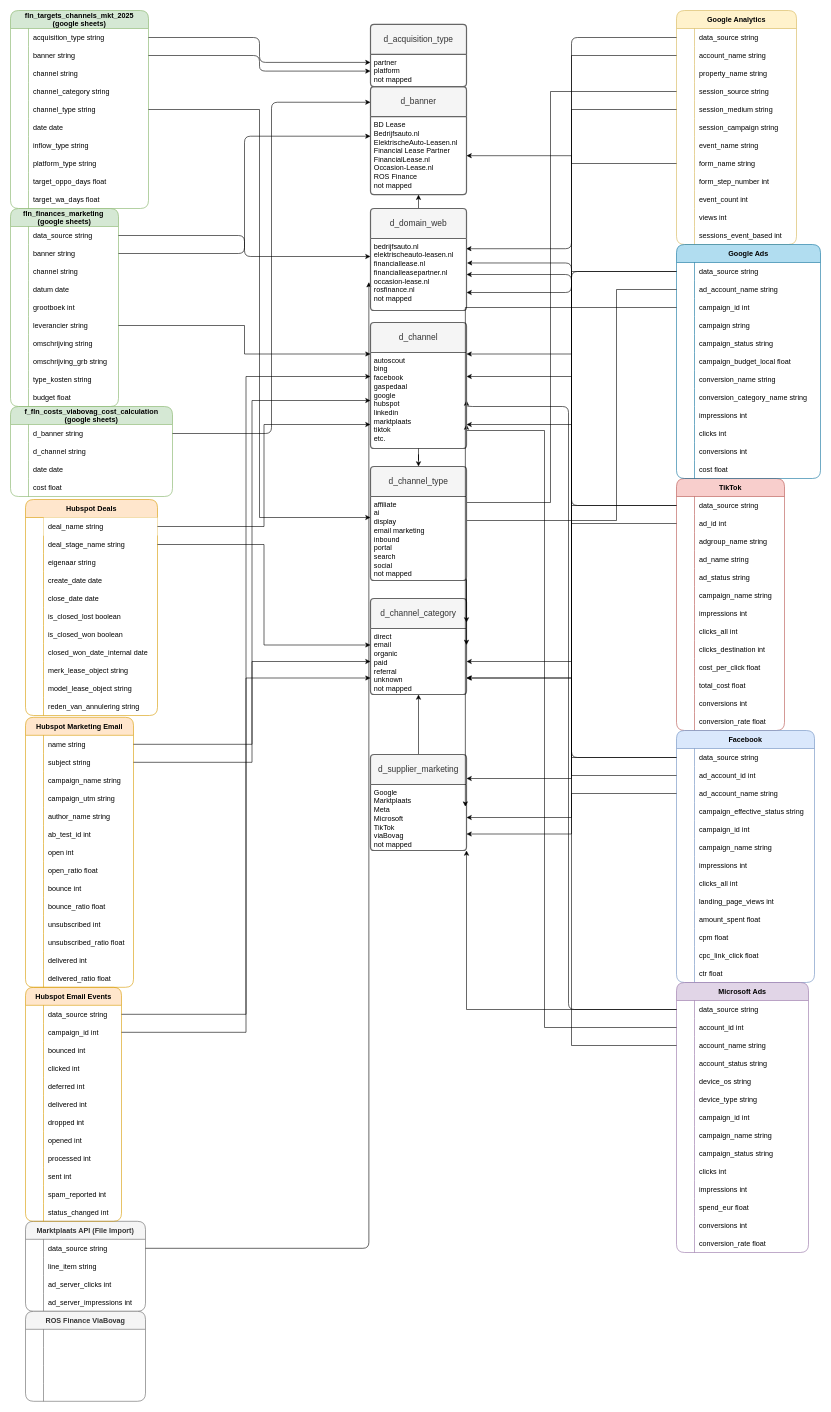
Earlier version of the draw.io diagram funnel_mapping.drawio (YveTDS/Draw_io). Source tidied: cells renumbered, new cells numbered last; positions are measured from the earlier drawing's top-left corner, leaving out a move shared by most shapes. Both pictures are drawn from the tidied source at 60%, with x=0, y=0 at pixel (10, 10).
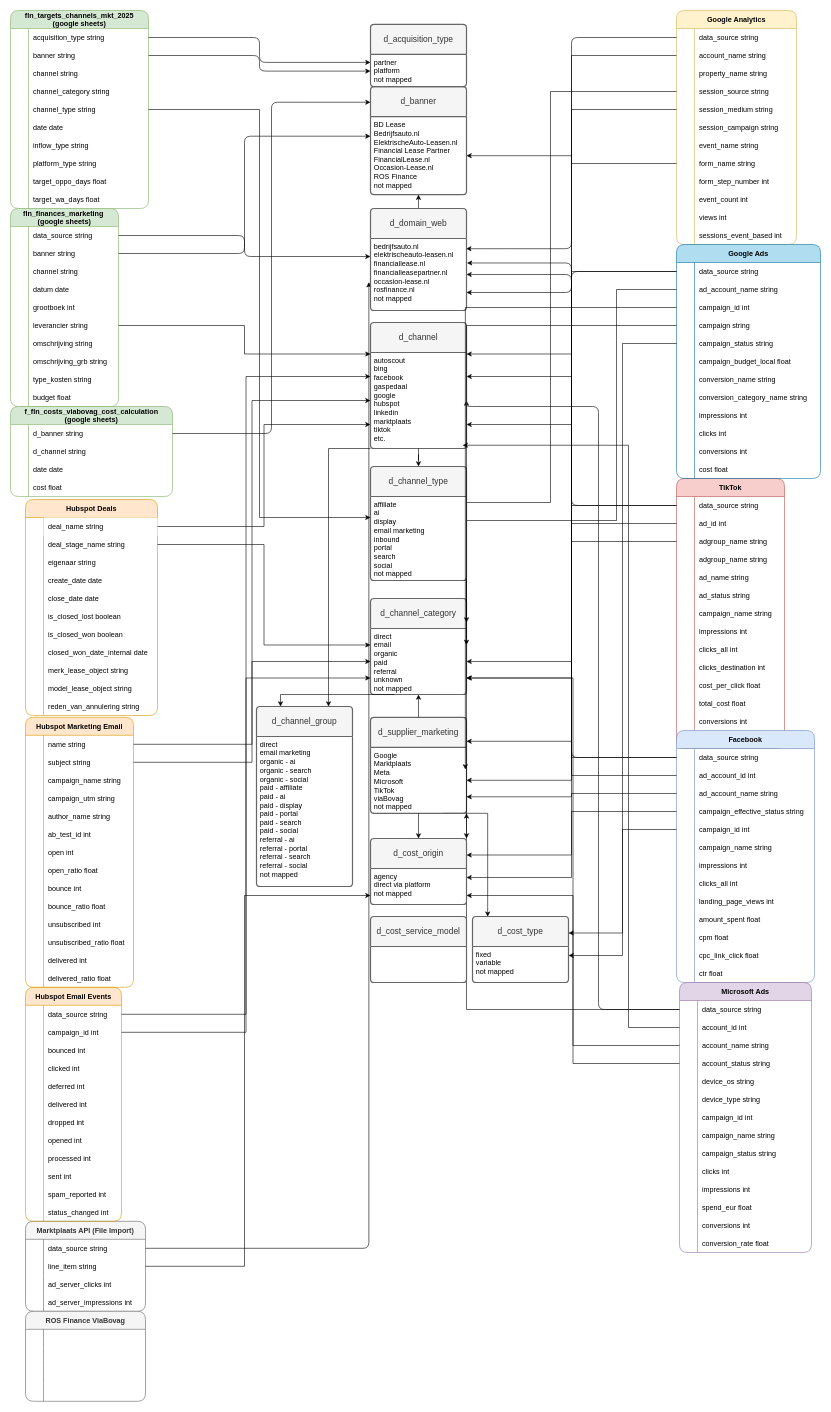
Above is the later version.

The change refers to these unchanged cells:
```xml
<mxCell id="173" style="shape=tableRow;horizontal=0;startSize=0;swimlaneHead=0;swimlaneBody=0;fillColor=none;points=[[0,0.5],[1,0.5]];portConstraint=eastwest;strokeColor=inherit;top=0;left=0;right=0;bottom=0;rounded=1;" parent="163" vertex="1">
  <mxGeometry y="120" width="230" height="30" as="geometry" />
</mxCell>
<mxCell id="176" style="shape=tableRow;horizontal=0;startSize=0;swimlaneHead=0;swimlaneBody=0;fillColor=none;points=[[0,0.5],[1,0.5]];portConstraint=eastwest;strokeColor=inherit;top=0;left=0;right=0;bottom=0;rounded=1;" parent="163" vertex="1">
  <mxGeometry y="150" width="230" height="30" as="geometry" />
</mxCell>
<mxCell id="214" style="shape=tableRow;horizontal=0;startSize=0;swimlaneHead=0;swimlaneBody=0;fillColor=none;points=[[0,0.5],[1,0.5]];portConstraint=eastwest;strokeColor=inherit;top=0;left=0;right=0;bottom=0;rounded=1;" parent="204" vertex="1">
  <mxGeometry y="120" width="240" height="30" as="geometry" />
</mxCell>
<mxCell id="217" style="shape=tableRow;horizontal=0;startSize=0;swimlaneHead=0;swimlaneBody=0;fillColor=none;points=[[0,0.5],[1,0.5]];portConstraint=eastwest;strokeColor=inherit;top=0;left=0;right=0;bottom=0;rounded=1;" parent="204" vertex="1">
  <mxGeometry y="150" width="240" height="30" as="geometry" />
</mxCell>
<mxCell id="243" style="shape=tableRow;horizontal=0;startSize=0;swimlaneHead=0;swimlaneBody=0;fillColor=none;points=[[0,0.5],[1,0.5]];portConstraint=eastwest;strokeColor=inherit;top=0;left=0;right=0;bottom=0;rounded=1;" parent="242" vertex="1">
  <mxGeometry y="30" width="220" height="30" as="geometry" />
</mxCell>
<mxCell id="246" style="shape=tableRow;horizontal=0;startSize=0;swimlaneHead=0;swimlaneBody=0;fillColor=none;points=[[0,0.5],[1,0.5]];portConstraint=eastwest;strokeColor=inherit;top=0;left=0;right=0;bottom=0;rounded=1;" parent="242" vertex="1">
  <mxGeometry y="60" width="220" height="30" as="geometry" />
</mxCell>
<mxCell id="252" style="shape=tableRow;horizontal=0;startSize=0;swimlaneHead=0;swimlaneBody=0;fillColor=none;points=[[0,0.5],[1,0.5]];portConstraint=eastwest;strokeColor=inherit;top=0;left=0;right=0;bottom=0;rounded=1;" parent="242" vertex="1">
  <mxGeometry y="120" width="220" height="30" as="geometry" />
</mxCell>
<mxCell id="289" style="shape=tableRow;horizontal=0;startSize=0;swimlaneHead=0;swimlaneBody=0;fillColor=none;points=[[0,0.5],[1,0.5]];portConstraint=eastwest;strokeColor=inherit;top=0;left=0;right=0;bottom=0;rounded=1;" parent="285" vertex="1">
  <mxGeometry y="60" width="200" height="30" as="geometry" />
</mxCell>
<mxCell id="441" value="d_channel" style="swimlane;horizontal=1;startSize=50;rounded=1;fontSize=14;fontStyle=0;strokeWidth=2;shadow=0;dashed=0;align=center;arcSize=4;whiteSpace=wrap;html=1;fillColor=#f5f5f5;fontColor=#333333;strokeColor=#666666;" parent="1" vertex="1">
  <mxGeometry x="600" y="520" width="160" height="210" as="geometry" />
</mxCell>
<mxCell id="442" value="autoscout&lt;div&gt;bing&lt;/div&gt;&lt;div&gt;facebook&lt;/div&gt;&lt;div&gt;gaspedaal&lt;/div&gt;&lt;div&gt;google&lt;/div&gt;&lt;div&gt;hubspot&lt;/div&gt;&lt;div&gt;linkedin&lt;/div&gt;&lt;div&gt;marktplaats&lt;/div&gt;&lt;div&gt;tiktok&lt;/div&gt;&lt;div&gt;etc.&lt;/div&gt;" style="align=left;strokeColor=none;fillColor=none;spacingLeft=4;spacingRight=4;fontSize=12;verticalAlign=top;html=1;whiteSpace=wrap;rounded=1;" parent="441" vertex="1">
  <mxGeometry y="50" width="160" height="160" as="geometry" />
</mxCell>
<mxCell id="446" value="direct&lt;div&gt;email&lt;/div&gt;&lt;div&gt;organic&lt;/div&gt;&lt;div&gt;paid&lt;/div&gt;&lt;div&gt;referral&lt;/div&gt;&lt;div&gt;unknown&lt;/div&gt;&lt;div&gt;not mapped&lt;/div&gt;&lt;div&gt;&lt;br&gt;&lt;/div&gt;" style="align=left;strokeColor=none;fillColor=none;spacingLeft=4;spacingRight=4;fontSize=12;verticalAlign=top;html=1;whiteSpace=wrap;rounded=1;" parent="445" vertex="1">
  <mxGeometry y="50" width="160" height="110" as="geometry" />
</mxCell>
<mxCell id="458" value="&lt;div&gt;Google&lt;/div&gt;&lt;div&gt;Marktplaats&lt;/div&gt;&lt;div&gt;Meta&lt;/div&gt;&lt;div&gt;Microsoft&lt;/div&gt;&lt;div&gt;TikTok&lt;/div&gt;&lt;div&gt;viaBovag&lt;/div&gt;&lt;div&gt;not mapped&lt;/div&gt;" style="align=left;strokeColor=none;fillColor=none;spacingLeft=4;spacingRight=4;fontSize=12;verticalAlign=top;html=1;whiteSpace=wrap;rounded=1;" parent="457" vertex="1">
  <mxGeometry y="50" width="160" height="110" as="geometry" />
</mxCell>
```

What changed in the source:
```diff
@@
     <mxCell id="122" value="TikTok" style="shape=table;startSize=30;childLayout=tableLayout;rowLines=0;fontStyle=1;align=center;fillColor=#f8cecc;strokeColor=#b85450;rounded=1;" parent="1" vertex="1">
-      <mxGeometry x="1110" y="780" width="180" height="420" as="geometry" />
+      <mxGeometry x="1110" y="780" width="180" height="450" as="geometry" />
     </mxCell>
@@
+    <mxCell id="470" style="shape=tableRow;horizontal=0;startSize=0;swimlaneHead=0;swimlaneBody=0;fillColor=none;points=[[0,0.5],[1,0.5]];portConstraint=eastwest;strokeColor=inherit;top=0;left=0;right=0;bottom=0;rounded=1;" parent="122" vertex="1">
+      <mxGeometry y="90" width="180" height="30" as="geometry" />
+    </mxCell>
+    <mxCell id="471" style="shape=partialRectangle;overflow=hidden;fillColor=none;strokeColor=inherit;top=0;left=0;bottom=0;right=0;rounded=1;" parent="470" vertex="1">
+      <mxGeometry width="30" height="30" as="geometry" />
+    </mxCell>
+    <mxCell id="472" value="adgroup_name string" style="shape=partialRectangle;overflow=hidden;fillColor=none;align=left;strokeColor=inherit;top=0;left=0;bottom=0;right=0;spacingLeft=6;rounded=1;" parent="470" vertex="1">
+      <mxGeometry x="30" width="150" height="30" as="geometry" />
+    </mxCell>
     <mxCell id="129" style="shape=tableRow;horizontal=0;startSize=0;swimlaneHead=0;swimlaneBody=0;fillColor=none;strokeColor=inherit;top=0;left=0;right=0;bottom=0;rounded=1;" parent="122" vertex="1">
-      <mxGeometry y="90" width="180" height="30" as="geometry" />
+      <mxGeometry y="120" width="180" height="30" as="geometry" />
     </mxCell>
@@
     <mxCell id="132" style="shape=tableRow;horizontal=0;startSize=0;swimlaneHead=0;swimlaneBody=0;fillColor=none;strokeColor=inherit;top=0;left=0;right=0;bottom=0;rounded=1;" parent="122" vertex="1">
-      <mxGeometry y="120" width="180" height="30" as="geometry" />
+      <mxGeometry y="150" width="180" height="30" as="geometry" />
     </mxCell>
@@
     <mxCell id="135" style="shape=tableRow;horizontal=0;startSize=0;swimlaneHead=0;swimlaneBody=0;fillColor=none;strokeColor=inherit;top=0;left=0;right=0;bottom=0;rounded=1;" parent="122" vertex="1">
-      <mxGeometry y="150" width="180" height="30" as="geometry" />
+      <mxGeometry y="180" width="180" height="30" as="geometry" />
     </mxCell>
@@
     <mxCell id="138" style="shape=tableRow;horizontal=0;startSize=0;swimlaneHead=0;swimlaneBody=0;fillColor=none;strokeColor=inherit;top=0;left=0;right=0;bottom=0;rounded=1;" parent="122" vertex="1">
-      <mxGeometry y="180" width="180" height="30" as="geometry" />
+      <mxGeometry y="210" width="180" height="30" as="geometry" />
     </mxCell>
@@
     <mxCell id="141" style="shape=tableRow;horizontal=0;startSize=0;swimlaneHead=0;swimlaneBody=0;fillColor=none;strokeColor=inherit;top=0;left=0;right=0;bottom=0;rounded=1;" parent="122" vertex="1">
-      <mxGeometry y="210" width="180" height="30" as="geometry" />
+      <mxGeometry y="240" width="180" height="30" as="geometry" />
     </mxCell>
@@
     <mxCell id="144" style="shape=tableRow;horizontal=0;startSize=0;swimlaneHead=0;swimlaneBody=0;fillColor=none;strokeColor=inherit;top=0;left=0;right=0;bottom=0;rounded=1;" parent="122" vertex="1">
-      <mxGeometry y="240" width="180" height="30" as="geometry" />
+      <mxGeometry y="270" width="180" height="30" as="geometry" />
     </mxCell>
@@
     <mxCell id="147" style="shape=tableRow;horizontal=0;startSize=0;swimlaneHead=0;swimlaneBody=0;fillColor=none;strokeColor=inherit;top=0;left=0;right=0;bottom=0;rounded=1;" parent="122" vertex="1">
-      <mxGeometry y="270" width="180" height="30" as="geometry" />
+      <mxGeometry y="300" width="180" height="30" as="geometry" />
     </mxCell>
@@
     <mxCell id="150" style="shape=tableRow;horizontal=0;startSize=0;swimlaneHead=0;swimlaneBody=0;fillColor=none;strokeColor=inherit;top=0;left=0;right=0;bottom=0;rounded=1;" parent="122" vertex="1">
-      <mxGeometry y="300" width="180" height="30" as="geometry" />
+      <mxGeometry y="330" width="180" height="30" as="geometry" />
     </mxCell>
@@
     <mxCell id="153" style="shape=tableRow;horizontal=0;startSize=0;swimlaneHead=0;swimlaneBody=0;fillColor=none;strokeColor=inherit;top=0;left=0;right=0;bottom=0;rounded=1;" parent="122" vertex="1">
-      <mxGeometry y="330" width="180" height="30" as="geometry" />
+      <mxGeometry y="360" width="180" height="30" as="geometry" />
     </mxCell>
@@
     <mxCell id="156" style="shape=tableRow;horizontal=0;startSize=0;swimlaneHead=0;swimlaneBody=0;fillColor=none;strokeColor=inherit;top=0;left=0;right=0;bottom=0;rounded=1;" parent="122" vertex="1">
-      <mxGeometry y="360" width="180" height="30" as="geometry" />
+      <mxGeometry y="390" width="180" height="30" as="geometry" />
     </mxCell>
@@
     <mxCell id="159" style="shape=tableRow;horizontal=0;startSize=0;swimlaneHead=0;swimlaneBody=0;fillColor=none;strokeColor=inherit;top=0;left=0;right=0;bottom=0;rounded=1;" parent="122" vertex="1">
-      <mxGeometry y="390" width="180" height="30" as="geometry" />
+      <mxGeometry y="420" width="180" height="30" as="geometry" />
     </mxCell>
@@
     <mxCell id="242" value="Microsoft Ads" style="shape=table;startSize=30;childLayout=tableLayout;rowLines=0;fontStyle=1;align=center;fillColor=#e1d5e7;strokeColor=#9673a6;rounded=1;" parent="1" vertex="1">
-      <mxGeometry x="1110" y="1620" width="220" height="450" as="geometry" />
+      <mxGeometry x="1115" y="1620" width="220" height="450" as="geometry" />
     </mxCell>
@@
-    <mxCell id="436" style="edgeStyle=orthogonalEdgeStyle;rounded=0;jettySize=auto;html=1;exitX=0;exitY=0.5;exitDx=0;exitDy=0;entryX=1;entryY=0.75;entryDx=0;entryDy=0;" parent="1" edge="1" source="246" target="442">
-      <mxGeometry relative="1" as="geometry">
-        <Array as="points">
-          <mxPoint x="890" y="1695" />
-          <mxPoint x="890" y="700" />
-        </Array>
-      </mxGeometry>
-    </mxCell>
@@
     <mxCell id="440" style="edgeStyle=orthogonalEdgeStyle;rounded=1;jettySize=auto;html=1;exitX=0;exitY=0.5;exitDx=0;exitDy=0;entryX=1;entryY=0.5;entryDx=0;entryDy=0;" parent="1" edge="1" source="243" target="442">
       <mxGeometry relative="1" as="geometry">
         <Array as="points">
-          <mxPoint x="930" y="1665" />
-          <mxPoint x="930" y="660" />
+          <mxPoint x="980" y="1665" />
+          <mxPoint x="980" y="660" />
+          <mxPoint x="760" y="660" />
         </Array>
       </mxGeometry>
     </mxCell>
@@
+    <mxCell id="473" style="edgeStyle=orthogonalEdgeStyle;rounded=0;jettySize=auto;html=1;exitX=0.75;exitY=1;exitDx=0;exitDy=0;entryX=0.158;entryY=0.003;entryDx=0;entryDy=0;entryPerimeter=0;" parent="1" edge="1" source="457" target="490">
+      <mxGeometry relative="1" as="geometry">
+        <Array as="points">
+          <mxPoint x="795" y="1338" />
+        </Array>
+      </mxGeometry>
+    </mxCell>
     <mxCell id="457" value="d_supplier_marketing" style="swimlane;horizontal=1;startSize=50;rounded=1;fontSize=14;fontStyle=0;strokeWidth=2;shadow=0;dashed=0;align=center;arcSize=4;whiteSpace=wrap;html=1;fillColor=#f5f5f5;fontColor=#333333;strokeColor=#666666;" parent="1" vertex="1">
-      <mxGeometry x="600" y="1240" width="160" height="160" as="geometry" />
+      <mxGeometry x="600" y="1178" width="160" height="160" as="geometry" />
     </mxCell>
@@
+    <mxCell id="474" value="d_channel_group" style="swimlane;horizontal=1;startSize=50;rounded=1;fontSize=14;fontStyle=0;strokeWidth=2;shadow=0;dashed=0;align=center;arcSize=4;whiteSpace=wrap;html=1;fillColor=#f5f5f5;fontColor=#333333;strokeColor=#666666;" parent="1" vertex="1">
+      <mxGeometry x="410" y="1160" width="160" height="300" as="geometry" />
+    </mxCell>
+    <mxCell id="475" value="&lt;div&gt;direct&lt;/div&gt;&lt;div&gt;email marketing&lt;/div&gt;&lt;div&gt;organic - ai&lt;/div&gt;&lt;div&gt;organic - search&lt;/div&gt;&lt;div&gt;organic - social&lt;/div&gt;&lt;div&gt;paid - affiliate&lt;/div&gt;&lt;div&gt;paid - ai&lt;/div&gt;&lt;div&gt;paid - display&lt;/div&gt;&lt;div&gt;paid - portal&lt;/div&gt;&lt;div&gt;paid - search&lt;/div&gt;&lt;div&gt;paid - social&lt;/div&gt;&lt;div&gt;referral - ai&lt;/div&gt;&lt;div&gt;referral - portal&lt;/div&gt;&lt;div&gt;referral - search&lt;/div&gt;&lt;div&gt;referral - social&lt;/div&gt;&lt;div&gt;not mapped&lt;/div&gt;&lt;div&gt;&lt;br&gt;&lt;/div&gt;" style="align=left;strokeColor=none;fillColor=none;spacingLeft=4;spacingRight=4;fontSize=12;verticalAlign=top;html=1;whiteSpace=wrap;rounded=1;" parent="474" vertex="1">
+      <mxGeometry y="50" width="160" height="250" as="geometry" />
+    </mxCell>
+    <mxCell id="476" style="edgeStyle=orthogonalEdgeStyle;rounded=1;orthogonalLoop=1;jettySize=auto;html=1;exitX=0.5;exitY=1;exitDx=0;exitDy=0;" parent="474" edge="1" source="475" target="475">
+      <mxGeometry relative="1" as="geometry" />
+    </mxCell>
+    <mxCell id="477" style="edgeStyle=orthogonalEdgeStyle;rounded=0;jettySize=auto;html=1;exitX=0;exitY=1;exitDx=0;exitDy=0;entryX=0.75;entryY=0;entryDx=0;entryDy=0;" parent="1" edge="1" source="441" target="474">
+      <mxGeometry relative="1" as="geometry">
+        <Array as="points">
+          <mxPoint x="530" y="730" />
+        </Array>
+      </mxGeometry>
+    </mxCell>
+    <mxCell id="478" style="edgeStyle=orthogonalEdgeStyle;rounded=0;jettySize=auto;html=1;exitX=0.25;exitY=1;exitDx=0;exitDy=0;entryX=0.25;entryY=0;entryDx=0;entryDy=0;" parent="1" edge="1" source="446" target="474">
+      <mxGeometry relative="1" as="geometry">
+        <Array as="points">
+          <mxPoint x="450" y="1140" />
+        </Array>
+      </mxGeometry>
+    </mxCell>
+    <mxCell id="479" value="d_cost_origin" style="swimlane;horizontal=1;startSize=50;rounded=1;fontSize=14;fontStyle=0;strokeWidth=2;shadow=0;dashed=0;align=center;arcSize=4;whiteSpace=wrap;html=1;fillColor=#f5f5f5;fontColor=#333333;strokeColor=#666666;" parent="1" vertex="1">
+      <mxGeometry x="600" y="1380" width="160" height="110" as="geometry" />
+    </mxCell>
+    <mxCell id="480" value="&lt;div&gt;agency&lt;/div&gt;&lt;div&gt;direct via platform&lt;/div&gt;&lt;div&gt;not mapped&lt;/div&gt;" style="align=left;strokeColor=none;fillColor=none;spacingLeft=4;spacingRight=4;fontSize=12;verticalAlign=top;html=1;whiteSpace=wrap;rounded=1;" parent="479" vertex="1">
+      <mxGeometry y="50" width="160" height="60" as="geometry" />
+    </mxCell>
+    <mxCell id="481" style="edgeStyle=orthogonalEdgeStyle;rounded=1;orthogonalLoop=1;jettySize=auto;html=1;exitX=0.5;exitY=1;exitDx=0;exitDy=0;" parent="479" edge="1" source="480" target="480">
+      <mxGeometry relative="1" as="geometry" />
+    </mxCell>
+    <mxCell id="482" style="edgeStyle=orthogonalEdgeStyle;rounded=0;jettySize=auto;html=1;exitX=0.5;exitY=1;exitDx=0;exitDy=0;entryX=0.5;entryY=0;entryDx=0;entryDy=0;" parent="1" edge="1" source="458" target="479">
+      <mxGeometry relative="1" as="geometry" />
+    </mxCell>
+    <mxCell id="483" style="edgeStyle=orthogonalEdgeStyle;rounded=0;jettySize=auto;html=1;exitX=0;exitY=0.5;exitDx=0;exitDy=0;entryX=1;entryY=0;entryDx=0;entryDy=0;" parent="1" edge="1" source="214" target="479">
+      <mxGeometry relative="1" as="geometry" />
+    </mxCell>
+    <mxCell id="484" style="edgeStyle=orthogonalEdgeStyle;rounded=0;jettySize=auto;html=1;exitX=0;exitY=0.5;exitDx=0;exitDy=0;entryX=1;entryY=0.25;entryDx=0;entryDy=0;" parent="1" edge="1" source="470" target="479">
+      <mxGeometry relative="1" as="geometry" />
+    </mxCell>
+    <mxCell id="485" style="edgeStyle=orthogonalEdgeStyle;rounded=0;jettySize=auto;html=1;exitX=0;exitY=0.5;exitDx=0;exitDy=0;entryX=1;entryY=0.25;entryDx=0;entryDy=0;" parent="1" edge="1" source="173" target="480">
+      <mxGeometry relative="1" as="geometry" />
+    </mxCell>
+    <mxCell id="486" style="edgeStyle=orthogonalEdgeStyle;rounded=0;jettySize=auto;html=1;exitX=0;exitY=0.5;exitDx=0;exitDy=0;entryX=1;entryY=0.75;entryDx=0;entryDy=0;" parent="1" edge="1" source="252" target="480">
+      <mxGeometry relative="1" as="geometry" />
+    </mxCell>
+    <mxCell id="487" style="edgeStyle=orthogonalEdgeStyle;rounded=0;jettySize=auto;html=1;exitX=1;exitY=0.5;exitDx=0;exitDy=0;entryX=0;entryY=0.75;entryDx=0;entryDy=0;" parent="1" edge="1" source="289" target="480">
+      <mxGeometry relative="1" as="geometry">
+        <Array as="points">
+          <mxPoint x="390" y="2093" />
+          <mxPoint x="390" y="1475" />
+        </Array>
+      </mxGeometry>
+    </mxCell>
+    <mxCell id="488" value="d_cost_service_model" style="swimlane;horizontal=1;startSize=50;rounded=1;fontSize=14;fontStyle=0;strokeWidth=2;shadow=0;dashed=0;align=center;arcSize=4;whiteSpace=wrap;html=1;fillColor=#f5f5f5;fontColor=#333333;strokeColor=#666666;" parent="1" vertex="1">
+      <mxGeometry x="600" y="1510" width="160" height="110" as="geometry" />
+    </mxCell>
+    <mxCell id="489" style="edgeStyle=orthogonalEdgeStyle;rounded=1;orthogonalLoop=1;jettySize=auto;html=1;exitX=0.5;exitY=1;exitDx=0;exitDy=0;" parent="488" edge="1">
+      <mxGeometry relative="1" as="geometry">
+        <mxPoint x="80" y="110" as="sourcePoint" />
+        <mxPoint x="80" y="110" as="targetPoint" />
+      </mxGeometry>
+    </mxCell>
+    <mxCell id="490" value="d_cost_type" style="swimlane;horizontal=1;startSize=50;rounded=1;fontSize=14;fontStyle=0;strokeWidth=2;shadow=0;dashed=0;align=center;arcSize=4;whiteSpace=wrap;html=1;fillColor=#f5f5f5;fontColor=#333333;strokeColor=#666666;" parent="1" vertex="1">
+      <mxGeometry x="770" y="1510" width="160" height="110" as="geometry" />
+    </mxCell>
+    <mxCell id="491" value="&lt;div&gt;fixed&lt;/div&gt;&lt;div&gt;variable&lt;/div&gt;&lt;div&gt;not mapped&lt;/div&gt;" style="align=left;strokeColor=none;fillColor=none;spacingLeft=4;spacingRight=4;fontSize=12;verticalAlign=top;html=1;whiteSpace=wrap;rounded=1;" parent="490" vertex="1">
+      <mxGeometry y="50" width="160" height="60" as="geometry" />
+    </mxCell>
+    <mxCell id="492" style="edgeStyle=orthogonalEdgeStyle;rounded=1;orthogonalLoop=1;jettySize=auto;html=1;exitX=0.5;exitY=1;exitDx=0;exitDy=0;" parent="490" edge="1" source="491" target="491">
+      <mxGeometry relative="1" as="geometry" />
+    </mxCell>
+    <mxCell id="493" style="edgeStyle=orthogonalEdgeStyle;rounded=0;jettySize=auto;html=1;exitX=0;exitY=0.5;exitDx=0;exitDy=0;entryX=1;entryY=0.25;entryDx=0;entryDy=0;" parent="1" edge="1" source="176" target="490">
+      <mxGeometry relative="1" as="geometry" />
+    </mxCell>
+    <mxCell id="494" style="edgeStyle=orthogonalEdgeStyle;rounded=0;jettySize=auto;html=1;exitX=0;exitY=0.5;exitDx=0;exitDy=0;entryX=1;entryY=0.25;entryDx=0;entryDy=0;" parent="1" edge="1" source="217" target="491">
+      <mxGeometry relative="1" as="geometry" />
+    </mxCell>
+    <mxCell id="436" style="edgeStyle=orthogonalEdgeStyle;rounded=0;jettySize=auto;html=1;exitX=0;exitY=0.5;exitDx=0;exitDy=0;entryX=0.96;entryY=0.966;entryDx=0;entryDy=0;entryPerimeter=0;" parent="1" edge="1" source="246" target="442">
+      <mxGeometry relative="1" as="geometry">
+        <Array as="points">
+          <mxPoint x="1030" y="1695" />
+          <mxPoint x="1030" y="725" />
+        </Array>
+      </mxGeometry>
+    </mxCell>
```
